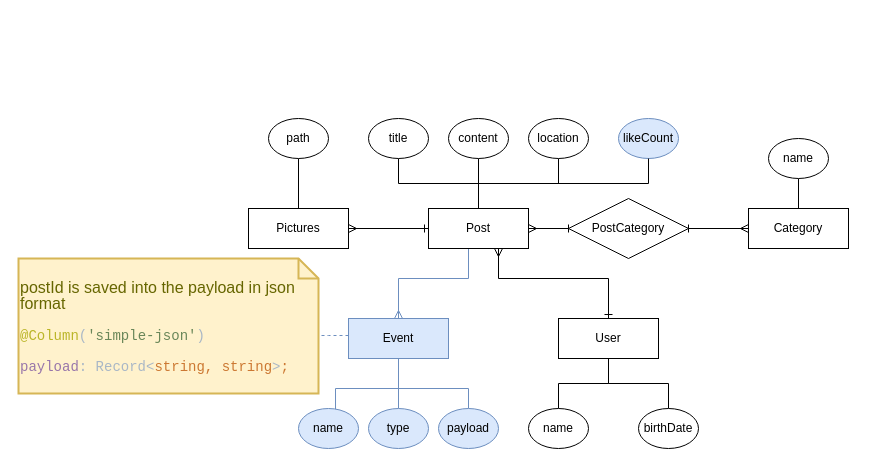
mostafa8026/nestjs-course keeps this draw.io diagram as divar-er.drawio. Above is the earlier version. Source tidied: cells renumbered, new cells numbered last; positions are measured from the earlier drawing's top-left corner, leaving out a move shared by most shapes. Both pictures are drawn from the tidied source at 100%, with x=0, y=0 at pixel (18, 118).
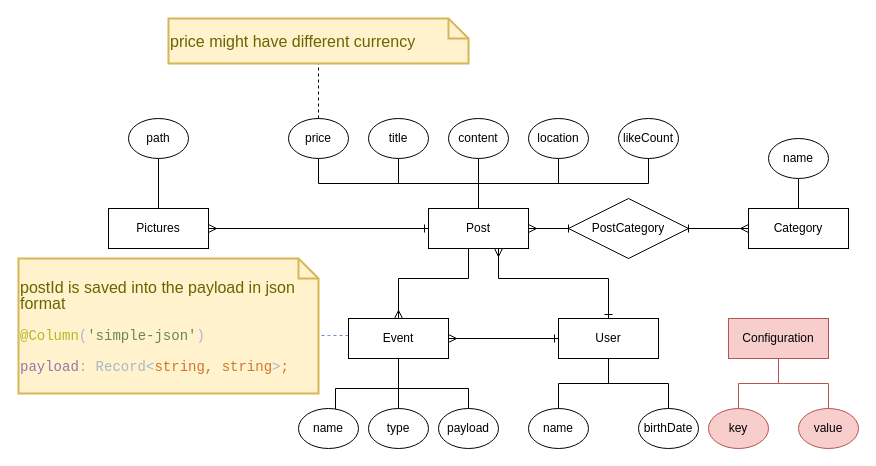
The same page after the edit.

Unchanged cells that the change refers to:
```xml
<mxCell id="9" value="Post" style="whiteSpace=wrap;html=1;align=center;" parent="1" vertex="1">
  <mxGeometry x="410" y="90" width="100" height="40" as="geometry" />
</mxCell>
<mxCell id="16" value="User" style="whiteSpace=wrap;html=1;align=center;" parent="1" vertex="1">
  <mxGeometry x="540" y="200" width="100" height="40" as="geometry" />
</mxCell>
```

What changed in the source:
```diff
@@
-    <mxCell id="8" style="edgeStyle=orthogonalEdgeStyle;rounded=0;jettySize=auto;html=1;entryX=0.5;entryY=0;entryDx=0;entryDy=0;startArrow=none;startFill=0;endArrow=ERmany;endFill=0;fillColor=#dae8fc;strokeColor=#6c8ebf;" parent="1" edge="1" source="9" target="30">
+    <mxCell id="8" style="edgeStyle=orthogonalEdgeStyle;rounded=0;jettySize=auto;html=1;entryX=0.5;entryY=0;entryDx=0;entryDy=0;startArrow=none;startFill=0;endArrow=ERmany;endFill=0;" parent="1" edge="1" source="9" target="30">
       <mxGeometry relative="1" as="geometry">
         <Array as="points">
           <mxPoint x="450" y="160" />
           <mxPoint x="380" y="160" />
         </Array>
       </mxGeometry>
     </mxCell>
+    <mxCell id="37" style="edgeStyle=orthogonalEdgeStyle;rounded=0;jettySize=auto;html=1;entryX=0.5;entryY=1;entryDx=0;entryDy=0;startArrow=none;startFill=0;endArrow=none;endFill=0;strokeWidth=1;" parent="1" edge="1" source="9" target="40">
+      <mxGeometry relative="1" as="geometry">
+        <Array as="points">
+          <mxPoint x="460" y="65" />
+          <mxPoint x="300" y="65" />
+        </Array>
+      </mxGeometry>
+    </mxCell>
@@
     <mxCell id="18" value="Pictures" style="whiteSpace=wrap;html=1;align=center;" parent="1" vertex="1">
-      <mxGeometry x="230" y="90" width="100" height="40" as="geometry" />
+      <mxGeometry x="90" y="90" width="100" height="40" as="geometry" />
     </mxCell>
@@
     <mxCell id="24" value="path" style="ellipse;whiteSpace=wrap;html=1;align=center;" parent="1" vertex="1">
-      <mxGeometry x="250" width="60" height="40" as="geometry" />
+      <mxGeometry x="110" width="60" height="40" as="geometry" />
     </mxCell>
@@
-    <mxCell id="26" style="edgeStyle=orthogonalEdgeStyle;rounded=0;jettySize=auto;html=1;entryX=0.617;entryY=0.025;entryDx=0;entryDy=0;entryPerimeter=0;startArrow=none;startFill=0;endArrow=none;endFill=0;fillColor=#dae8fc;strokeColor=#6c8ebf;" parent="1" edge="1" source="30" target="31">
+    <mxCell id="26" style="edgeStyle=orthogonalEdgeStyle;rounded=0;jettySize=auto;html=1;entryX=0.617;entryY=0.025;entryDx=0;entryDy=0;entryPerimeter=0;startArrow=none;startFill=0;endArrow=none;endFill=0;" parent="1" edge="1" source="30" target="31">
       <mxGeometry relative="1" as="geometry">
         <Array as="points">
           <mxPoint x="380" y="270" />
           <mxPoint x="317" y="270" />
         </Array>
       </mxGeometry>
     </mxCell>
-    <mxCell id="27" style="edgeStyle=orthogonalEdgeStyle;rounded=0;jettySize=auto;html=1;startArrow=none;startFill=0;endArrow=none;endFill=0;fillColor=#dae8fc;strokeColor=#6c8ebf;" parent="1" edge="1" source="30" target="32">
+    <mxCell id="27" style="edgeStyle=orthogonalEdgeStyle;rounded=0;jettySize=auto;html=1;startArrow=none;startFill=0;endArrow=none;endFill=0;" parent="1" edge="1" source="30" target="32">
       <mxGeometry relative="1" as="geometry">
         <Array as="points">
           <mxPoint x="380" y="250" />
           <mxPoint x="380" y="250" />
         </Array>
       </mxGeometry>
     </mxCell>
-    <mxCell id="28" style="edgeStyle=orthogonalEdgeStyle;rounded=0;jettySize=auto;html=1;entryX=0.5;entryY=0;entryDx=0;entryDy=0;startArrow=none;startFill=0;endArrow=none;endFill=0;fillColor=#dae8fc;strokeColor=#6c8ebf;" parent="1" edge="1" source="30" target="33">
+    <mxCell id="28" style="edgeStyle=orthogonalEdgeStyle;rounded=0;jettySize=auto;html=1;entryX=0.5;entryY=0;entryDx=0;entryDy=0;startArrow=none;startFill=0;endArrow=none;endFill=0;" parent="1" edge="1" source="30" target="33">
       <mxGeometry relative="1" as="geometry">
         <Array as="points">
           <mxPoint x="380" y="270" />
           <mxPoint x="450" y="270" />
         </Array>
       </mxGeometry>
     </mxCell>
@@
+    <mxCell id="38" style="edgeStyle=orthogonalEdgeStyle;rounded=0;jettySize=auto;html=1;entryX=0;entryY=0.5;entryDx=0;entryDy=0;endArrow=ERone;endFill=0;startArrow=ERmany;startFill=0;strokeWidth=1;" parent="1" edge="1" source="30" target="16">
+      <mxGeometry relative="1" as="geometry" />
+    </mxCell>
-    <mxCell id="30" value="Event" style="whiteSpace=wrap;html=1;align=center;fillColor=#dae8fc;strokeColor=#6c8ebf;" parent="1" vertex="1">
+    <mxCell id="30" value="Event" style="whiteSpace=wrap;html=1;align=center;" parent="1" vertex="1">
       <mxGeometry x="330" y="200" width="100" height="40" as="geometry" />
     </mxCell>
-    <mxCell id="31" value="name" style="ellipse;whiteSpace=wrap;html=1;align=center;fillColor=#dae8fc;strokeColor=#6c8ebf;" parent="1" vertex="1">
+    <mxCell id="31" value="name" style="ellipse;whiteSpace=wrap;html=1;align=center;" parent="1" vertex="1">
       <mxGeometry x="280" y="290" width="60" height="40" as="geometry" />
     </mxCell>
-    <mxCell id="32" value="type" style="ellipse;whiteSpace=wrap;html=1;align=center;fillColor=#dae8fc;strokeColor=#6c8ebf;" parent="1" vertex="1">
+    <mxCell id="32" value="type" style="ellipse;whiteSpace=wrap;html=1;align=center;" parent="1" vertex="1">
       <mxGeometry x="350" y="290" width="60" height="40" as="geometry" />
     </mxCell>
-    <mxCell id="33" value="payload" style="ellipse;whiteSpace=wrap;html=1;align=center;fillColor=#dae8fc;strokeColor=#6c8ebf;" parent="1" vertex="1">
+    <mxCell id="33" value="payload" style="ellipse;whiteSpace=wrap;html=1;align=center;" parent="1" vertex="1">
       <mxGeometry x="420" y="290" width="60" height="40" as="geometry" />
     </mxCell>
@@
-    <mxCell id="35" value="likeCount" style="ellipse;whiteSpace=wrap;html=1;align=center;fillColor=#dae8fc;strokeColor=#6c8ebf;" parent="1" vertex="1">
+    <mxCell id="35" value="likeCount" style="ellipse;whiteSpace=wrap;html=1;align=center;" parent="1" vertex="1">
       <mxGeometry x="600" width="60" height="40" as="geometry" />
     </mxCell>
@@
+    <mxCell id="39" style="edgeStyle=orthogonalEdgeStyle;rounded=0;jettySize=auto;html=1;entryX=0.5;entryY=1;entryDx=0;entryDy=0;entryPerimeter=0;startArrow=none;startFill=0;endArrow=none;endFill=0;strokeWidth=1;dashed=1;" parent="1" edge="1" source="40" target="41">
+      <mxGeometry relative="1" as="geometry" />
+    </mxCell>
+    <mxCell id="40" value="price&lt;br&gt;" style="ellipse;whiteSpace=wrap;html=1;align=center;" parent="1" vertex="1">
+      <mxGeometry x="270" width="60" height="40" as="geometry" />
+    </mxCell>
+    <mxCell id="41" value="&lt;p style=&quot;line-height: 1 ; font-size: 16px&quot;&gt;price might have different currency&lt;/p&gt;&lt;p&gt;&lt;/p&gt;" style="shape=note;strokeWidth=2;fontSize=14;size=20;whiteSpace=wrap;html=1;fillColor=#fff2cc;strokeColor=#d6b656;fontColor=#666600;align=left;" parent="1" vertex="1">
+      <mxGeometry x="150" y="-100" width="300" height="45" as="geometry" />
+    </mxCell>
+    <mxCell id="42" style="edgeStyle=orthogonalEdgeStyle;rounded=0;jettySize=auto;html=1;entryX=0.5;entryY=0;entryDx=0;entryDy=0;startArrow=none;startFill=0;endArrow=none;endFill=0;strokeWidth=1;fillColor=#f8cecc;strokeColor=#b85450;" parent="1" edge="1" source="44" target="45">
+      <mxGeometry relative="1" as="geometry" />
+    </mxCell>
+    <mxCell id="43" style="edgeStyle=orthogonalEdgeStyle;rounded=0;jettySize=auto;html=1;entryX=0.5;entryY=0;entryDx=0;entryDy=0;startArrow=none;startFill=0;endArrow=none;endFill=0;strokeWidth=1;fillColor=#f8cecc;strokeColor=#b85450;" parent="1" edge="1" source="44" target="46">
+      <mxGeometry relative="1" as="geometry" />
+    </mxCell>
+    <mxCell id="44" value="Configuration" style="whiteSpace=wrap;html=1;align=center;fillColor=#f8cecc;strokeColor=#b85450;" parent="1" vertex="1">
+      <mxGeometry x="710" y="200" width="100" height="40" as="geometry" />
+    </mxCell>
+    <mxCell id="45" value="key" style="ellipse;whiteSpace=wrap;html=1;align=center;fillColor=#f8cecc;strokeColor=#b85450;" parent="1" vertex="1">
+      <mxGeometry x="690" y="290" width="60" height="40" as="geometry" />
+    </mxCell>
+    <mxCell id="46" value="value" style="ellipse;whiteSpace=wrap;html=1;align=center;fillColor=#f8cecc;strokeColor=#b85450;" parent="1" vertex="1">
+      <mxGeometry x="780" y="290" width="60" height="40" as="geometry" />
+    </mxCell>
```
